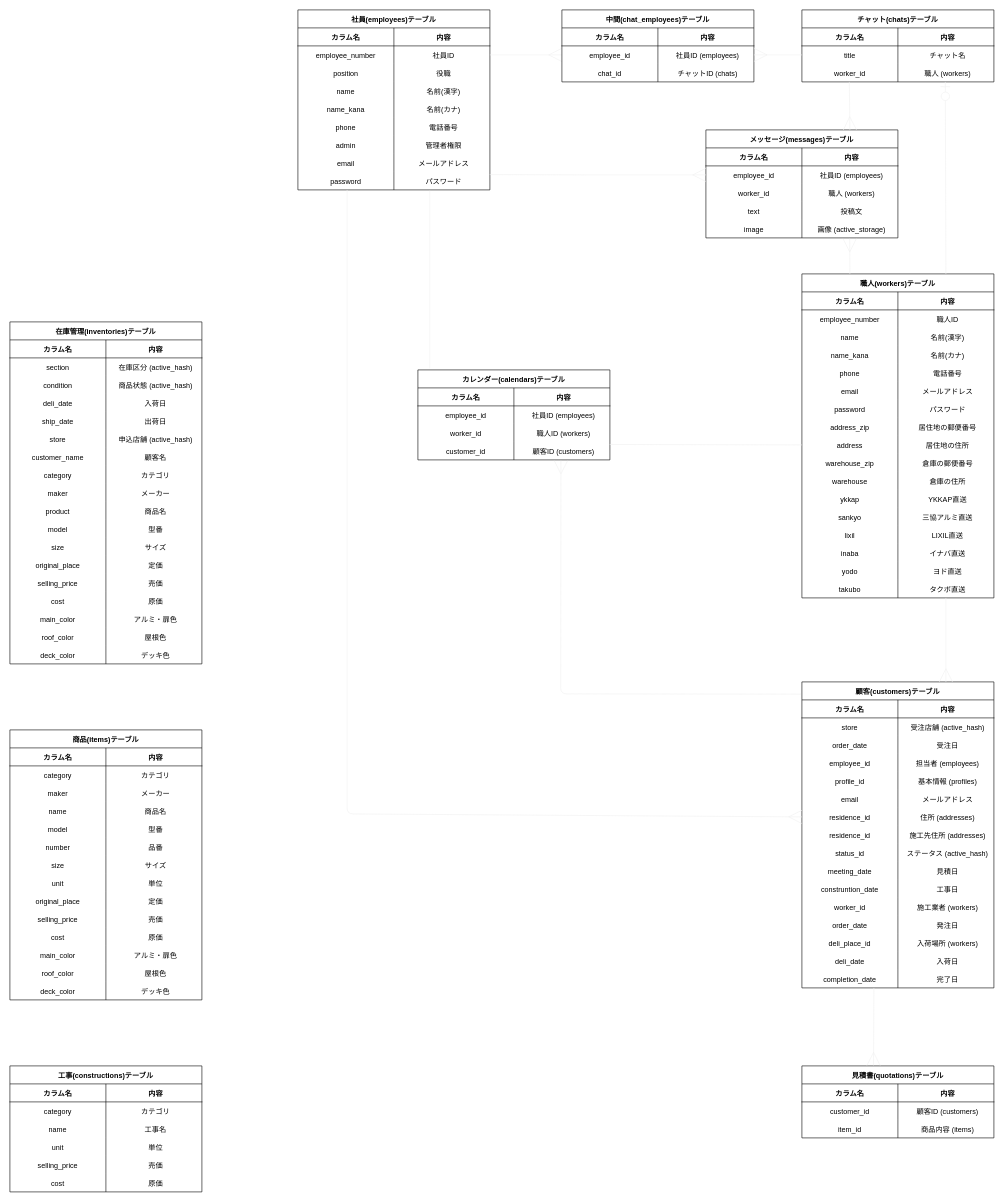
Before: ER.dio in Tatsuya9156/coresys, a draw.io diagram. Source tidied: cells renumbered, new cells numbered last; positions are measured from the earlier drawing's top-left corner, leaving out a move shared by most shapes. Both pictures are drawn from the tidied source at 60%, with x=0, y=0 at pixel (10, 10).
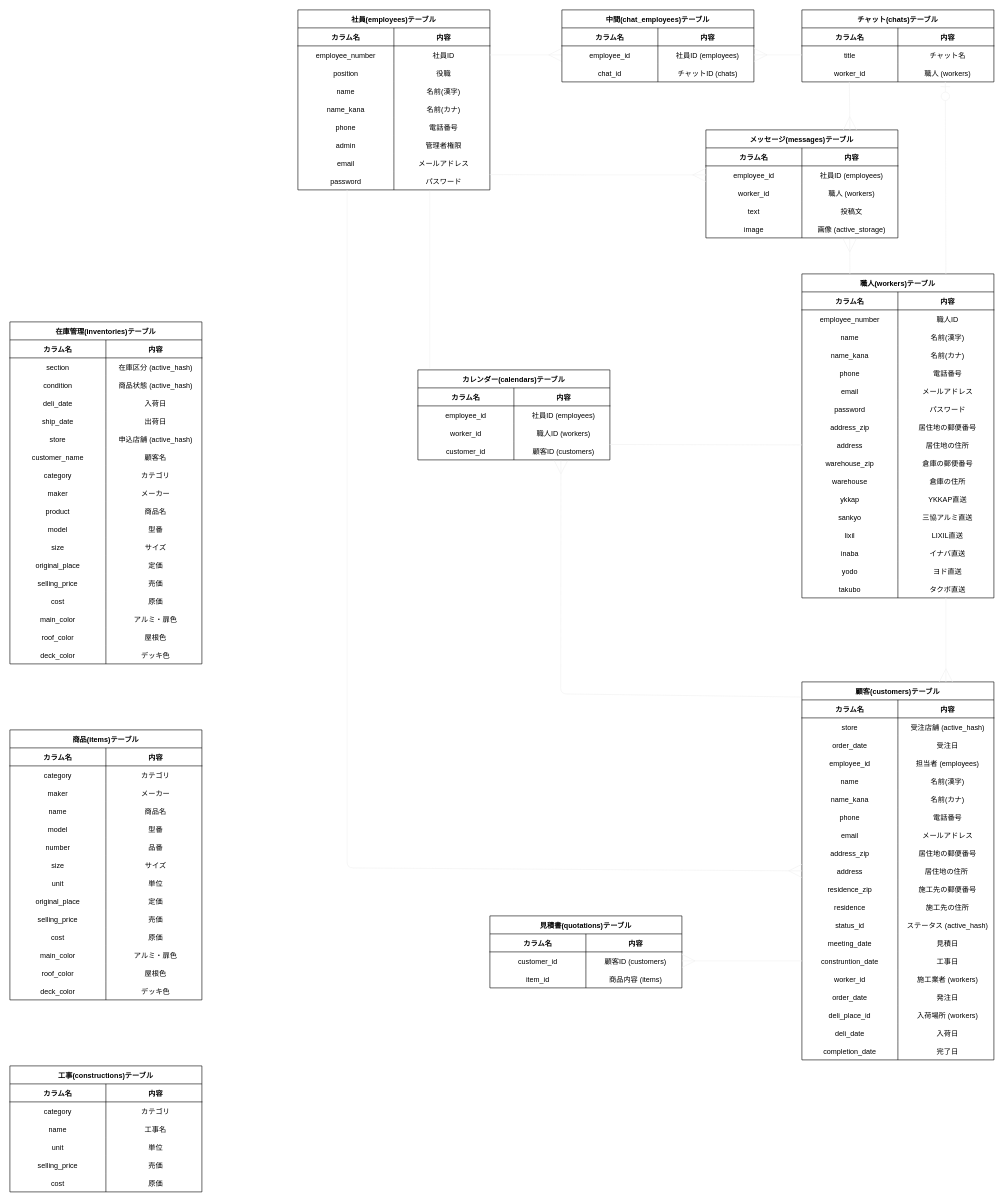
The same diagram, later.

Unchanged cells that the change refers to:
```xml
<mxCell id="15" style="shape=partialRectangle;fillColor=none;top=0;left=0;bottom=0;right=0;" parent="2" vertex="1">
  <mxGeometry y="150" width="320" height="30" as="geometry" />
</mxCell>
<mxCell id="233" style="shape=partialRectangle;fillColor=none;top=0;left=0;bottom=0;right=0;points=[[0,0.5],[1,0.5]];portConstraint=eastwest;" parent="229" vertex="1">
  <mxGeometry y="60" width="320" height="30" as="geometry" />
</mxCell>
```

The edit, as a diff of the source:
```diff
@@
     <mxCell id="2" value="顧客(customers)テーブル" style="shape=table;startSize=30;childLayout=tableLayout;rowLines=0;fontStyle=1;align=center;" parent="1" vertex="1">
-      <mxGeometry x="1320" y="1120" width="320" height="510" as="geometry" />
+      <mxGeometry x="1320" y="1120" width="320" height="630" as="geometry" />
     </mxCell>
@@
-    <mxCell id="16" value="profile_id" style="shape=partialRectangle;fillColor=none;top=0;left=0;bottom=0;right=0;overflow=hidden;" parent="15" vertex="1">
+    <mxCell id="16" value="name" style="shape=partialRectangle;fillColor=none;top=0;left=0;bottom=0;right=0;overflow=hidden;" parent="15" vertex="1">
       <mxGeometry width="160" height="30" as="geometry" />
     </mxCell>
-    <mxCell id="17" value="基本情報 (profiles)" style="shape=partialRectangle;fillColor=none;top=0;left=0;bottom=0;right=0;align=center;spacingLeft=6;overflow=hidden;" parent="15" vertex="1">
+    <mxCell id="17" value="名前(漢字)" style="shape=partialRectangle;fillColor=none;top=0;left=0;bottom=0;right=0;align=center;spacingLeft=6;overflow=hidden;" parent="15" vertex="1">
       <mxGeometry x="160" width="160" height="30" as="geometry" />
     </mxCell>
+    <mxCell id="319" style="shape=partialRectangle;fillColor=none;top=0;left=0;bottom=0;right=0;" parent="2" vertex="1">
+      <mxGeometry y="180" width="320" height="30" as="geometry" />
+    </mxCell>
+    <mxCell id="320" value="name_kana" style="shape=partialRectangle;fillColor=none;top=0;left=0;bottom=0;right=0;overflow=hidden;" parent="319" vertex="1">
+      <mxGeometry width="160" height="30" as="geometry" />
+    </mxCell>
+    <mxCell id="321" value="名前(カナ)" style="shape=partialRectangle;fillColor=none;top=0;left=0;bottom=0;right=0;align=center;spacingLeft=6;overflow=hidden;" parent="319" vertex="1">
+      <mxGeometry x="160" width="160" height="30" as="geometry" />
+    </mxCell>
+    <mxCell id="322" style="shape=partialRectangle;fillColor=none;top=0;left=0;bottom=0;right=0;" parent="2" vertex="1">
+      <mxGeometry y="210" width="320" height="30" as="geometry" />
+    </mxCell>
+    <mxCell id="323" value="phone" style="shape=partialRectangle;fillColor=none;top=0;left=0;bottom=0;right=0;overflow=hidden;" parent="322" vertex="1">
+      <mxGeometry width="160" height="30" as="geometry" />
+    </mxCell>
+    <mxCell id="324" value="電話番号" style="shape=partialRectangle;fillColor=none;top=0;left=0;bottom=0;right=0;align=center;spacingLeft=6;overflow=hidden;" parent="322" vertex="1">
+      <mxGeometry x="160" width="160" height="30" as="geometry" />
+    </mxCell>
     <mxCell id="18" style="shape=partialRectangle;fillColor=none;top=0;left=0;bottom=0;right=0;" parent="2" vertex="1">
-      <mxGeometry y="180" width="320" height="30" as="geometry" />
+      <mxGeometry y="240" width="320" height="30" as="geometry" />
     </mxCell>
@@
+    <mxCell id="325" style="shape=partialRectangle;fillColor=none;top=0;left=0;bottom=0;right=0;" parent="2" vertex="1">
+      <mxGeometry y="270" width="320" height="30" as="geometry" />
+    </mxCell>
+    <mxCell id="326" value="address_zip" style="shape=partialRectangle;fillColor=none;top=0;left=0;bottom=0;right=0;overflow=hidden;" parent="325" vertex="1">
+      <mxGeometry width="160" height="30" as="geometry" />
+    </mxCell>
+    <mxCell id="327" value="居住地の郵便番号" style="shape=partialRectangle;fillColor=none;top=0;left=0;bottom=0;right=0;align=center;spacingLeft=6;overflow=hidden;" parent="325" vertex="1">
+      <mxGeometry x="160" width="160" height="30" as="geometry" />
+    </mxCell>
     <mxCell id="21" style="shape=partialRectangle;fillColor=none;top=0;left=0;bottom=0;right=0;points=[[0,0.5],[1,0.5]];portConstraint=eastwest;" parent="2" vertex="1">
-      <mxGeometry y="210" width="320" height="30" as="geometry" />
+      <mxGeometry y="300" width="320" height="30" as="geometry" />
     </mxCell>
-    <mxCell id="22" value="residence_id" style="shape=partialRectangle;fillColor=none;top=0;left=0;bottom=0;right=0;overflow=hidden;" parent="21" vertex="1">
+    <mxCell id="22" value="address" style="shape=partialRectangle;fillColor=none;top=0;left=0;bottom=0;right=0;overflow=hidden;" parent="21" vertex="1">
       <mxGeometry width="160" height="30" as="geometry" />
     </mxCell>
-    <mxCell id="23" value="住所 (addresses)" style="shape=partialRectangle;fillColor=none;top=0;left=0;bottom=0;right=0;align=center;spacingLeft=6;overflow=hidden;" parent="21" vertex="1">
+    <mxCell id="23" value="居住地の住所 " style="shape=partialRectangle;fillColor=none;top=0;left=0;bottom=0;right=0;align=center;spacingLeft=6;overflow=hidden;" parent="21" vertex="1">
       <mxGeometry x="160" width="160" height="30" as="geometry" />
     </mxCell>
     <mxCell id="24" style="shape=partialRectangle;fillColor=none;top=0;left=0;bottom=0;right=0;" parent="2" vertex="1">
-      <mxGeometry y="240" width="320" height="30" as="geometry" />
+      <mxGeometry y="330" width="320" height="30" as="geometry" />
     </mxCell>
-    <mxCell id="25" value="residence_id" style="shape=partialRectangle;fillColor=none;top=0;left=0;bottom=0;right=0;overflow=hidden;" parent="24" vertex="1">
+    <mxCell id="25" value="residence_zip" style="shape=partialRectangle;fillColor=none;top=0;left=0;bottom=0;right=0;overflow=hidden;" parent="24" vertex="1">
       <mxGeometry width="160" height="30" as="geometry" />
     </mxCell>
-    <mxCell id="26" value="施工先住所 (addresses)" style="shape=partialRectangle;fillColor=none;top=0;left=0;bottom=0;right=0;align=center;spacingLeft=6;overflow=hidden;" parent="24" vertex="1">
+    <mxCell id="26" value="施工先の郵便番号" style="shape=partialRectangle;fillColor=none;top=0;left=0;bottom=0;right=0;align=center;spacingLeft=6;overflow=hidden;" parent="24" vertex="1">
       <mxGeometry x="160" width="160" height="30" as="geometry" />
     </mxCell>
+    <mxCell id="328" style="shape=partialRectangle;fillColor=none;top=0;left=0;bottom=0;right=0;" parent="2" vertex="1">
+      <mxGeometry y="360" width="320" height="30" as="geometry" />
+    </mxCell>
+    <mxCell id="329" value="residence" style="shape=partialRectangle;fillColor=none;top=0;left=0;bottom=0;right=0;overflow=hidden;" parent="328" vertex="1">
+      <mxGeometry width="160" height="30" as="geometry" />
+    </mxCell>
+    <mxCell id="330" value="施工先の住所" style="shape=partialRectangle;fillColor=none;top=0;left=0;bottom=0;right=0;align=center;spacingLeft=6;overflow=hidden;" parent="328" vertex="1">
+      <mxGeometry x="160" width="160" height="30" as="geometry" />
+    </mxCell>
     <mxCell id="27" style="shape=partialRectangle;fillColor=none;top=0;left=0;bottom=0;right=0;" parent="2" vertex="1">
-      <mxGeometry y="270" width="320" height="30" as="geometry" />
+      <mxGeometry y="390" width="320" height="30" as="geometry" />
     </mxCell>
@@
     <mxCell id="30" style="shape=partialRectangle;fillColor=none;top=0;left=0;bottom=0;right=0;" parent="2" vertex="1">
-      <mxGeometry y="300" width="320" height="30" as="geometry" />
+      <mxGeometry y="420" width="320" height="30" as="geometry" />
     </mxCell>
@@
     <mxCell id="33" style="shape=partialRectangle;fillColor=none;top=0;left=0;bottom=0;right=0;points=[[0,0.5],[1,0.5]];portConstraint=eastwest;" parent="2" vertex="1">
-      <mxGeometry y="330" width="320" height="30" as="geometry" />
+      <mxGeometry y="450" width="320" height="30" as="geometry" />
     </mxCell>
@@
     <mxCell id="36" style="shape=partialRectangle;fillColor=none;top=0;left=0;bottom=0;right=0;" parent="2" vertex="1">
-      <mxGeometry y="360" width="320" height="30" as="geometry" />
+      <mxGeometry y="480" width="320" height="30" as="geometry" />
     </mxCell>
@@
     <mxCell id="39" style="shape=partialRectangle;fillColor=none;top=0;left=0;bottom=0;right=0;" parent="2" vertex="1">
-      <mxGeometry y="390" width="320" height="30" as="geometry" />
+      <mxGeometry y="510" width="320" height="30" as="geometry" />
     </mxCell>
@@
     <mxCell id="42" style="shape=partialRectangle;fillColor=none;top=0;left=0;bottom=0;right=0;" parent="2" vertex="1">
-      <mxGeometry y="420" width="320" height="30" as="geometry" />
+      <mxGeometry y="540" width="320" height="30" as="geometry" />
     </mxCell>
@@
     <mxCell id="45" style="shape=partialRectangle;fillColor=none;top=0;left=0;bottom=0;right=0;" parent="2" vertex="1">
-      <mxGeometry y="450" width="320" height="30" as="geometry" />
+      <mxGeometry y="570" width="320" height="30" as="geometry" />
     </mxCell>
@@
     <mxCell id="48" style="shape=partialRectangle;fillColor=none;top=0;left=0;bottom=0;right=0;points=[[0,0.5],[1,0.5]];portConstraint=eastwest;" parent="2" vertex="1">
-      <mxGeometry y="480" width="320" height="30" as="geometry" />
+      <mxGeometry y="600" width="320" height="30" as="geometry" />
     </mxCell>
@@
     <mxCell id="229" value="見積書(quotations)テーブル" style="shape=table;startSize=30;childLayout=tableLayout;rowLines=0;fontStyle=1;align=center;" parent="1" vertex="1">
-      <mxGeometry x="1320" y="1760" width="320" height="120" as="geometry" />
+      <mxGeometry x="800" y="1510" width="320" height="120" as="geometry" />
     </mxCell>
@@
     <mxCell id="259" style="endArrow=none;html=1;rounded=1;strokeColor=#f0f0f0;startArrow=ERmany;startFill=0;endSize=0;startSize=20;exitX=0;exitY=0.5;exitDx=0;exitDy=0;" parent="1" edge="1" source="21">
       <mxGeometry relative="1" as="geometry">
         <mxPoint x="562" y="300" as="targetPoint" />
         <Array as="points">
-          <mxPoint x="562" y="1340" />
+          <mxPoint x="562" y="1430" />
         </Array>
       </mxGeometry>
     </mxCell>
-    <mxCell id="260" style="endArrow=none;html=1;rounded=1;strokeColor=#f0f0f0;startArrow=ERmany;startFill=0;endSize=0;startSize=20;entryX=0.375;entryY=1;entryDx=0;entryDy=0;entryPerimeter=0;exitX=0.373;exitY=-0.006;exitDx=0;exitDy=0;exitPerimeter=0;" parent="1" edge="1" source="229" target="48">
+    <mxCell id="260" style="endArrow=none;html=1;rounded=1;strokeColor=#f0f0f0;startArrow=ERmany;startFill=0;endSize=0;startSize=20;entryX=0;entryY=0.5;entryDx=0;entryDy=0;exitX=1;exitY=0.5;exitDx=0;exitDy=0;" parent="1" edge="1" source="233" target="33">
       <mxGeometry relative="1" as="geometry" />
     </mxCell>
```
